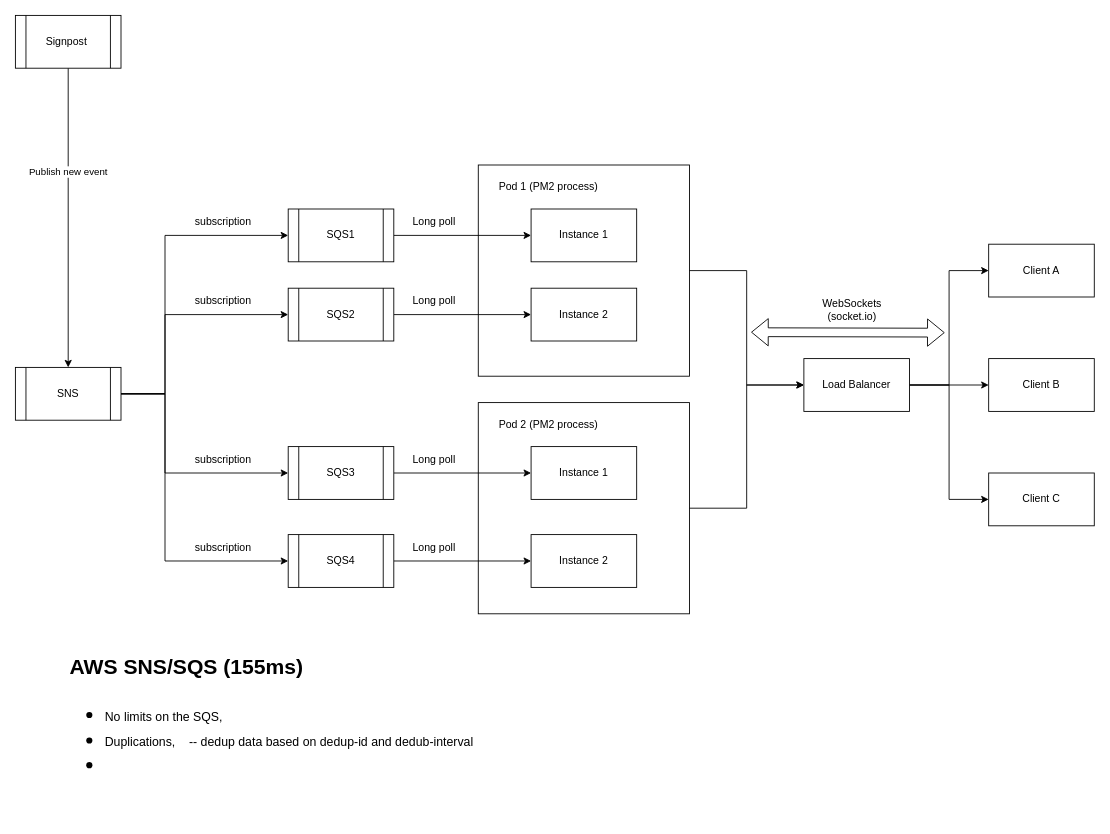
Above: page "AWS SQS" (1 of 5) of hppd-Inbox.drawio in half-6/workflow (draw.io), before the change. Source tidied: cells renumbered, new cells numbered last; positions are measured from the earlier drawing's top-left corner, leaving out a move shared by most shapes. Both pictures are drawn from the tidied source at 88%, with x=0, y=0 at pixel (15, 15).
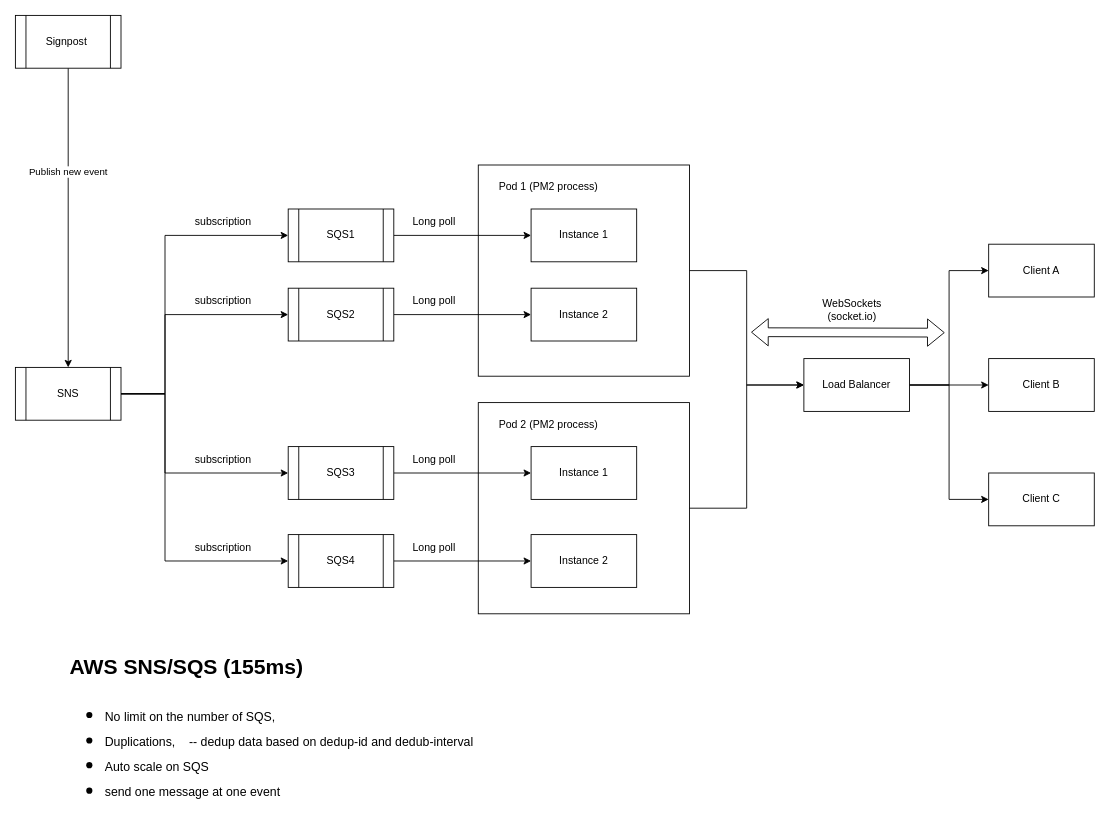
Above is the later version.

The edit, as a diff of the source:
```diff
@@
-    <mxCell id="47" value="&lt;h1 style=&quot;margin-top: 0px;&quot;&gt;&lt;span style=&quot;background-color: initial;&quot;&gt;AWS SNS/SQS (155ms)&lt;/span&gt;&lt;/h1&gt;&lt;h1 style=&quot;margin-top: 0px;&quot;&gt;&lt;ul&gt;&lt;li&gt;&lt;span style=&quot;font-weight: 400; background-color: initial;&quot;&gt;&lt;font style=&quot;font-size: 14px;&quot;&gt;No limits on the SQS,&amp;nbsp;&lt;/font&gt;&lt;/span&gt;&lt;/li&gt;&lt;li&gt;&lt;span style=&quot;font-weight: 400; background-color: initial;&quot;&gt;&lt;font style=&quot;font-size: 14px;&quot;&gt;Duplications,&amp;nbsp; &amp;nbsp; -- dedup data based on dedup-id and dedub-interval&lt;/font&gt;&lt;/span&gt;&lt;/li&gt;&lt;li&gt;&lt;span style=&quot;font-weight: 400; background-color: initial;&quot;&gt;&lt;font style=&quot;font-size: 14px;&quot;&gt;&lt;br&gt;&lt;/font&gt;&lt;/span&gt;&lt;/li&gt;&lt;/ul&gt;&lt;/h1&gt;" style="text;html=1;whiteSpace=wrap;overflow=hidden;rounded=0;" parent="1" vertex="1">
+    <mxCell id="47" value="&lt;h1 style=&quot;margin-top: 0px;&quot;&gt;&lt;span style=&quot;background-color: initial;&quot;&gt;AWS SNS/SQS (155ms)&lt;/span&gt;&lt;/h1&gt;&lt;h1 style=&quot;margin-top: 0px;&quot;&gt;&lt;ul&gt;&lt;li&gt;&lt;span style=&quot;font-weight: 400; background-color: initial;&quot;&gt;&lt;font style=&quot;font-size: 14px;&quot;&gt;No limit on the number of SQS,&amp;nbsp;&lt;/font&gt;&lt;/span&gt;&lt;/li&gt;&lt;li&gt;&lt;span style=&quot;font-weight: 400; background-color: initial;&quot;&gt;&lt;font style=&quot;font-size: 14px;&quot;&gt;Duplications,&amp;nbsp; &amp;nbsp; -- dedup data based on dedup-id and dedub-interval&lt;/font&gt;&lt;/span&gt;&lt;/li&gt;&lt;li&gt;&lt;span style=&quot;font-weight: 400; background-color: initial;&quot;&gt;&lt;font style=&quot;font-size: 14px;&quot;&gt;Auto scale on SQS&lt;/font&gt;&lt;/span&gt;&lt;/li&gt;&lt;li&gt;&lt;span style=&quot;font-weight: 400; background-color: initial;&quot;&gt;&lt;font style=&quot;font-size: 14px;&quot;&gt;send one message at one event&lt;/font&gt;&lt;/span&gt;&lt;/li&gt;&lt;/ul&gt;&lt;/h1&gt;" style="text;html=1;whiteSpace=wrap;overflow=hidden;rounded=0;" parent="1" vertex="1">
       <mxGeometry x="60" y="720" width="820" height="190" as="geometry" />
     </mxCell>
```
